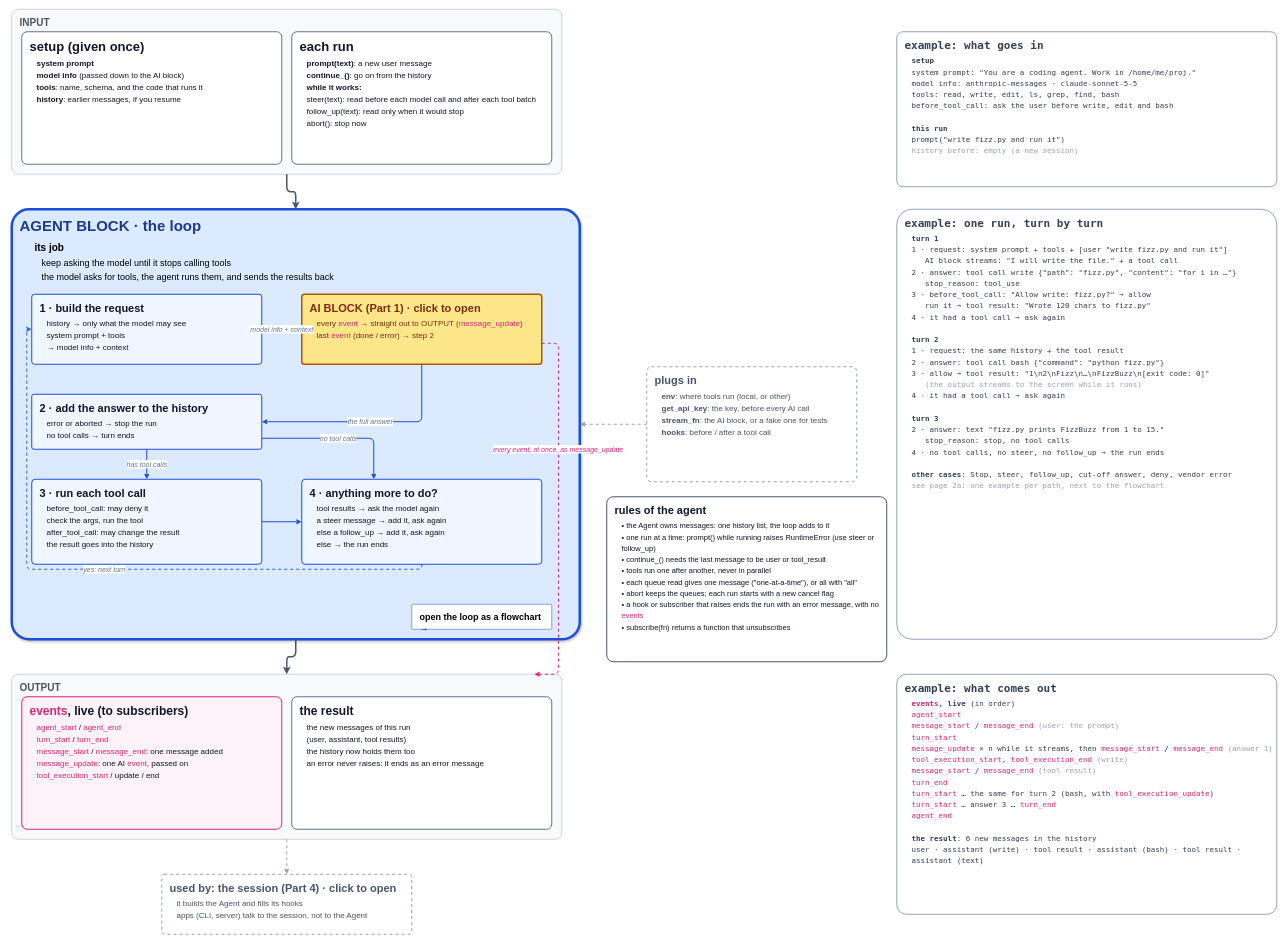
This is page "2 · Agent block" (1 of 7) of docs/guidebook/img/architecture.drawio from danhugo/simp-agent, a draw.io file, before an edit. Source tidied: cells renumbered, new cells numbered last; positions are measured from the earlier drawing's top-left corner, leaving out a move shared by most shapes. Both pictures are drawn from the tidied source at 50%, with x=0, y=0 at pixel (12, 9).
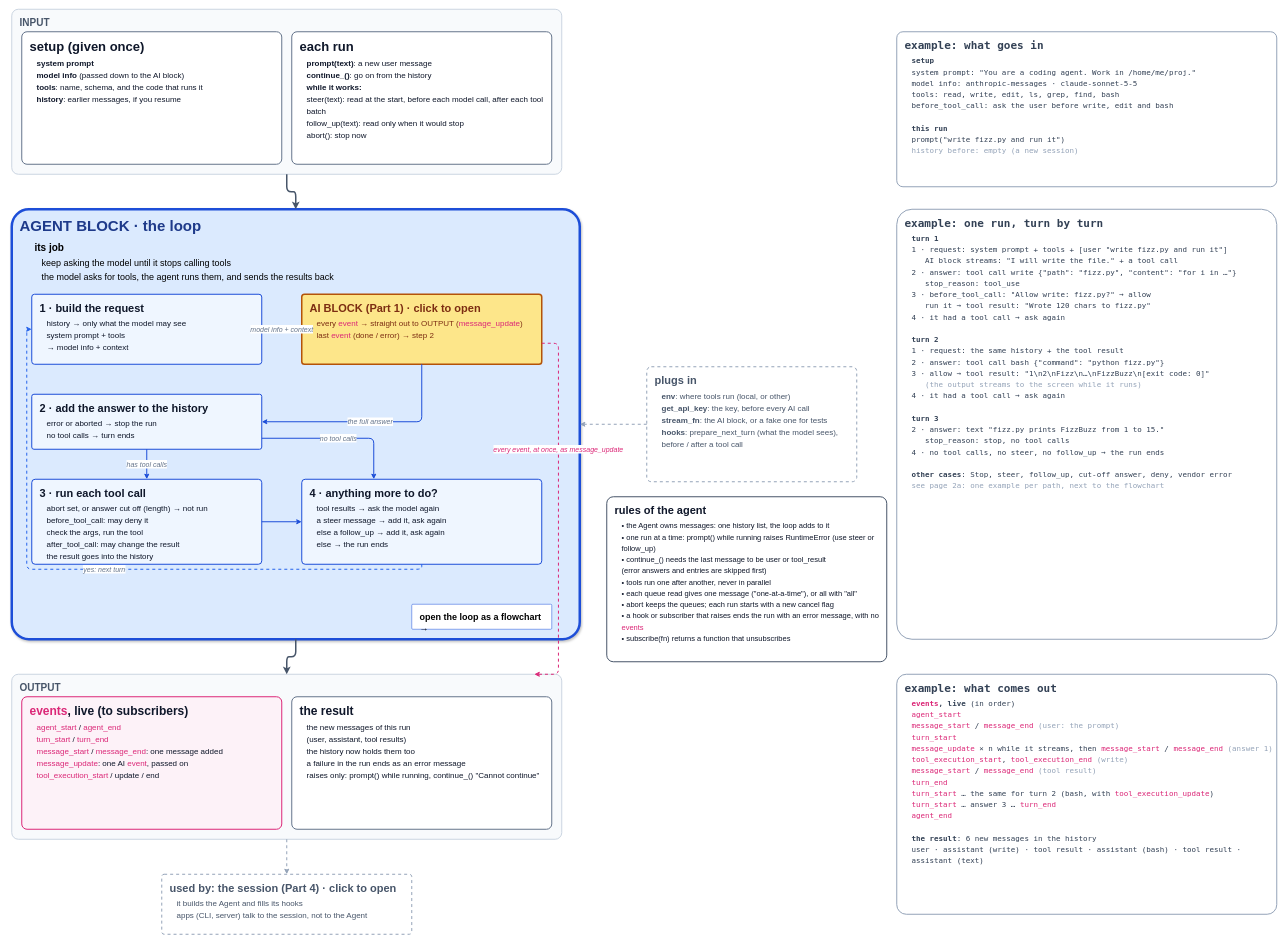
The same page after the edit.

Commit message (it also covers changes not shown here):
guidebook: pages 2/2a fixes after review: deny edge, build_view default, hooks list, raises, abort/length in step 3, steer at start, tool note, prepare_arguments

The edit, as a diff of the source:
```diff
@@
-    <mxCell id="4" value="&lt;b style=&quot;font-size:26px&quot;&gt;each run&lt;/b&gt;&lt;div style=&quot;font-size:16px;line-height:1.5;margin-top:6px;padding-left:14px&quot;&gt;&lt;b&gt;prompt(text)&lt;/b&gt;: a new user message&lt;br&gt;&lt;b&gt;continue_()&lt;/b&gt;: go on from the history&lt;br&gt;&lt;b&gt;while it works:&lt;/b&gt;&lt;br&gt;steer(text): read before each model call and after each tool batch&lt;br&gt;follow_up(text): read only when it would stop&lt;br&gt;abort(): stop now&lt;/div&gt;" style="whiteSpace=wrap;html=1;align=left;verticalAlign=top;spacingLeft=14;spacingTop=8;rounded=1;arcSize=4;fillColor=#ffffff;strokeColor=#64748b;strokeWidth=2;fontColor=#0f172a;" parent="1" vertex="1">
+    <mxCell id="4" value="&lt;b style=&quot;font-size:26px&quot;&gt;each run&lt;/b&gt;&lt;div style=&quot;font-size:16px;line-height:1.5;margin-top:6px;padding-left:14px&quot;&gt;&lt;b&gt;prompt(text)&lt;/b&gt;: a new user message&lt;br&gt;&lt;b&gt;continue_()&lt;/b&gt;: go on from the history&lt;br&gt;&lt;b&gt;while it works:&lt;/b&gt;&lt;br&gt;steer(text): read at the start, before each model call, after each tool batch&lt;br&gt;follow_up(text): read only when it would stop&lt;br&gt;abort(): stop now&lt;/div&gt;" style="whiteSpace=wrap;html=1;align=left;verticalAlign=top;spacingLeft=14;spacingTop=8;rounded=1;arcSize=4;fillColor=#ffffff;strokeColor=#64748b;strokeWidth=2;fontColor=#0f172a;" parent="1" vertex="1">
       <mxGeometry x="560" y="45" width="520" height="265" as="geometry" />
     </mxCell>
@@
-    <mxCell id="10" value="&lt;b style=&quot;font-size:22px&quot;&gt;3 · run each tool call&lt;/b&gt;&lt;div style=&quot;font-size:16px;line-height:1.5;margin-top:6px;padding-left:14px&quot;&gt;before_tool_call: may deny it&lt;br&gt;check the args, run the tool&lt;br&gt;after_tool_call: may change the result&lt;br&gt;the result goes into the history&lt;/div&gt;" style="whiteSpace=wrap;html=1;align=left;verticalAlign=top;spacingLeft=14;spacingTop=8;rounded=1;arcSize=4;fillColor=#eff6ff;strokeColor=#1d4ed8;strokeWidth=2;fontColor=#0f172a;" parent="1" vertex="1">
+    <mxCell id="10" value="&lt;b style=&quot;font-size:22px&quot;&gt;3 · run each tool call&lt;/b&gt;&lt;div style=&quot;font-size:16px;line-height:1.5;margin-top:6px;padding-left:14px&quot;&gt;abort set, or answer cut off (length) → not run&lt;br&gt;before_tool_call: may deny it&lt;br&gt;check the args, run the tool&lt;br&gt;after_tool_call: may change the result&lt;br&gt;the result goes into the history&lt;/div&gt;" style="whiteSpace=wrap;html=1;align=left;verticalAlign=top;spacingLeft=14;spacingTop=8;rounded=1;arcSize=4;fillColor=#eff6ff;strokeColor=#1d4ed8;strokeWidth=2;fontColor=#0f172a;" parent="1" vertex="1">
       <mxGeometry x="40" y="940" width="460" height="170" as="geometry" />
     </mxCell>
@@
-    <mxCell id="20" value="&lt;b style=&quot;font-size:24px&quot;&gt;the result&lt;/b&gt;&lt;div style=&quot;font-size:16px;line-height:1.5;margin-top:6px;padding-left:14px&quot;&gt;the new messages of this run&lt;br&gt;(user, assistant, tool results)&lt;br&gt;the history now holds them too&lt;br&gt;an error never raises: it ends as an error message&lt;/div&gt;" style="whiteSpace=wrap;html=1;align=left;verticalAlign=top;spacingLeft=14;spacingTop=8;rounded=1;arcSize=4;fillColor=#ffffff;strokeColor=#64748b;strokeWidth=2;fontColor=#0f172a;" parent="1" vertex="1">
+    <mxCell id="20" value="&lt;b style=&quot;font-size:24px&quot;&gt;the result&lt;/b&gt;&lt;div style=&quot;font-size:16px;line-height:1.5;margin-top:6px;padding-left:14px&quot;&gt;the new messages of this run&lt;br&gt;(user, assistant, tool results)&lt;br&gt;the history now holds them too&lt;br&gt;a failure in the run ends as an error message&lt;br&gt;raises only: prompt() while running, continue_() &quot;Cannot continue&quot;&lt;/div&gt;" style="whiteSpace=wrap;html=1;align=left;verticalAlign=top;spacingLeft=14;spacingTop=8;rounded=1;arcSize=4;fillColor=#ffffff;strokeColor=#64748b;strokeWidth=2;fontColor=#0f172a;" parent="1" vertex="1">
       <mxGeometry x="560" y="1375" width="520" height="265" as="geometry" />
     </mxCell>
-    <mxCell id="21" value="&lt;b style=&quot;font-size:22px&quot;&gt;plugs in&lt;/b&gt;&lt;div style=&quot;font-size:16px;line-height:1.5;margin-top:6px;padding-left:14px&quot;&gt;&lt;b&gt;env&lt;/b&gt;: where tools run (local, or other)&lt;br&gt;&lt;b&gt;get_api_key&lt;/b&gt;: the key, before every AI call&lt;br&gt;&lt;b&gt;stream_fn&lt;/b&gt;: the AI block, or a fake one for tests&lt;br&gt;&lt;b&gt;hooks&lt;/b&gt;: before / after a tool call&lt;/div&gt;" style="whiteSpace=wrap;html=1;align=left;verticalAlign=top;spacingLeft=14;spacingTop=8;rounded=1;arcSize=4;fillColor=#ffffff;strokeColor=#94a3b8;dashed=1;strokeWidth=2;fontColor=#475569;" parent="1" vertex="1">
+    <mxCell id="21" value="&lt;b style=&quot;font-size:22px&quot;&gt;plugs in&lt;/b&gt;&lt;div style=&quot;font-size:16px;line-height:1.5;margin-top:6px;padding-left:14px&quot;&gt;&lt;b&gt;env&lt;/b&gt;: where tools run (local, or other)&lt;br&gt;&lt;b&gt;get_api_key&lt;/b&gt;: the key, before every AI call&lt;br&gt;&lt;b&gt;stream_fn&lt;/b&gt;: the AI block, or a fake one for tests&lt;br&gt;&lt;b&gt;hooks&lt;/b&gt;: prepare_next_turn (what the model sees),&lt;br&gt;before / after a tool call&lt;/div&gt;" style="whiteSpace=wrap;html=1;align=left;verticalAlign=top;spacingLeft=14;spacingTop=8;rounded=1;arcSize=4;fillColor=#ffffff;strokeColor=#94a3b8;dashed=1;strokeWidth=2;fontColor=#475569;" parent="1" vertex="1">
       <mxGeometry x="1270" y="715" width="420" height="230" as="geometry" />
     </mxCell>
@@
-    <mxCell id="32" value="&lt;b style=&quot;font-size:22px&quot;&gt;rules of the agent&lt;/b&gt;&lt;div style=&quot;font-size:15px;line-height:1.5;margin-top:6px;padding-left:14px&quot;&gt;• the Agent owns messages: one history list, the loop adds to it&lt;br&gt;• one run at a time: prompt() while running raises RuntimeError (use steer or follow_up)&lt;br&gt;• continue_() needs the last message to be user or tool_result&lt;br&gt;• tools run one after another, never in parallel&lt;br&gt;• each queue read gives one message (&quot;one-at-a-time&quot;), or all with &quot;all&quot;&lt;br&gt;• abort keeps the queues; each run starts with a new cancel flag&lt;br&gt;• a hook or subscriber that raises ends the run with an error message, with no &lt;span style=&quot;color:#db2777&quot;&gt;events&lt;/span&gt;&lt;br&gt;• subscribe(fn) returns a function that unsubscribes&lt;/div&gt;" style="whiteSpace=wrap;html=1;align=left;verticalAlign=top;spacingLeft=14;spacingTop=8;rounded=1;arcSize=4;strokeWidth=2;fontColor=#0f172a;fillColor=#ffffff;strokeColor=#475569;" parent="1" vertex="1">
+    <mxCell id="32" value="&lt;b style=&quot;font-size:22px&quot;&gt;rules of the agent&lt;/b&gt;&lt;div style=&quot;font-size:15px;line-height:1.5;margin-top:6px;padding-left:14px&quot;&gt;• the Agent owns messages: one history list, the loop adds to it&lt;br&gt;• one run at a time: prompt() while running raises RuntimeError (use steer or follow_up)&lt;br&gt;• continue_() needs the last message to be user or tool_result&lt;br&gt;  (error answers and entries are skipped first)&lt;br&gt;• tools run one after another, never in parallel&lt;br&gt;• each queue read gives one message (&quot;one-at-a-time&quot;), or all with &quot;all&quot;&lt;br&gt;• abort keeps the queues; each run starts with a new cancel flag&lt;br&gt;• a hook or subscriber that raises ends the run with an error message, with no &lt;span style=&quot;color:#db2777&quot;&gt;events&lt;/span&gt;&lt;br&gt;• subscribe(fn) returns a function that unsubscribes&lt;/div&gt;" style="whiteSpace=wrap;html=1;align=left;verticalAlign=top;spacingLeft=14;spacingTop=8;rounded=1;arcSize=4;strokeWidth=2;fontColor=#0f172a;fillColor=#ffffff;strokeColor=#475569;" parent="1" vertex="1">
       <mxGeometry x="1190" y="975" width="560" height="330" as="geometry" />
     </mxCell>
```
